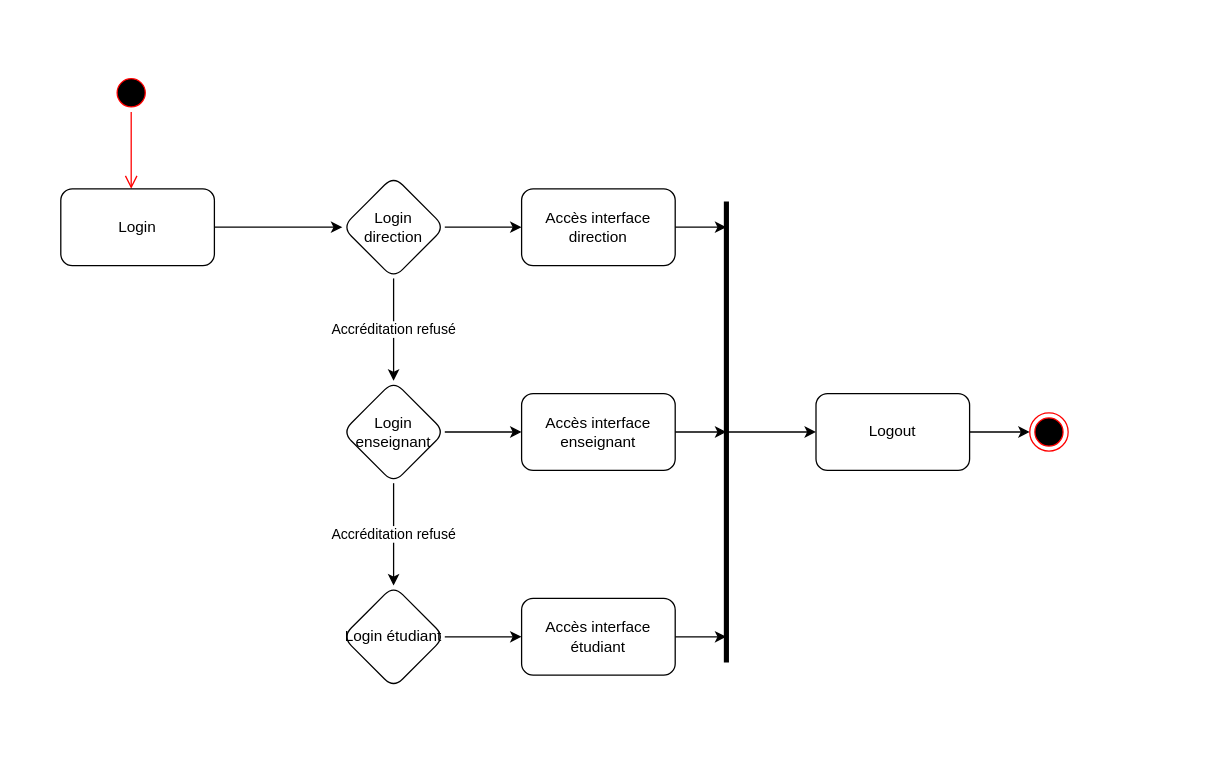
Devetik/Diagrammes keeps this draw.io diagram as DiagramEtatTransitoir.drawio. Above is the earlier version. Source tidied: cells renumbered, new cells numbered last; positions are measured from the earlier drawing's top-left corner, leaving out a move shared by most shapes. Both pictures are drawn from the tidied source at 128%, with x=0, y=0 at pixel (60, 73).
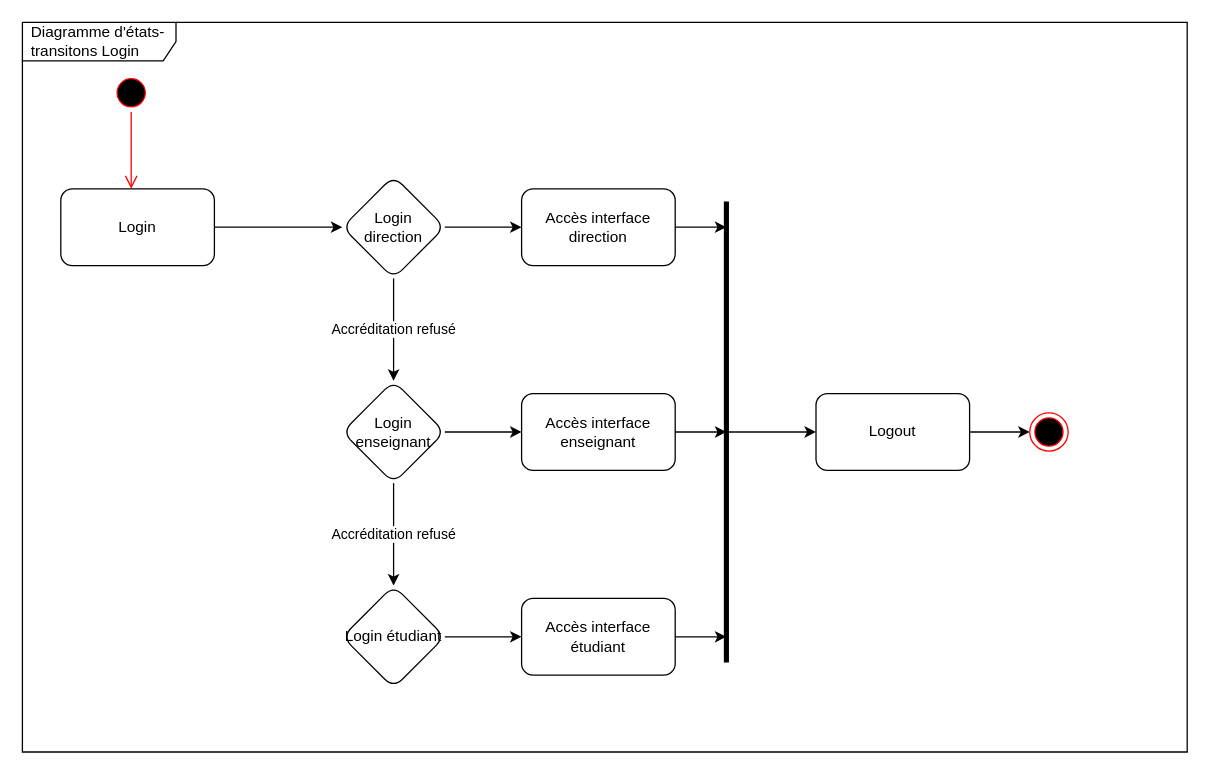
The same diagram, later.

The edit, as a diff of the source:
```diff
@@
+    <mxCell id="25" value="Diagramme d'états-transitons Login" style="shape=umlFrame;whiteSpace=wrap;html=1;width=120;height=30;boundedLbl=1;verticalAlign=middle;align=left;spacingLeft=5;fillColor=none;" parent="1" vertex="1">
+      <mxGeometry x="-30" y="-40" width="910" height="570" as="geometry" />
+    </mxCell>
```
